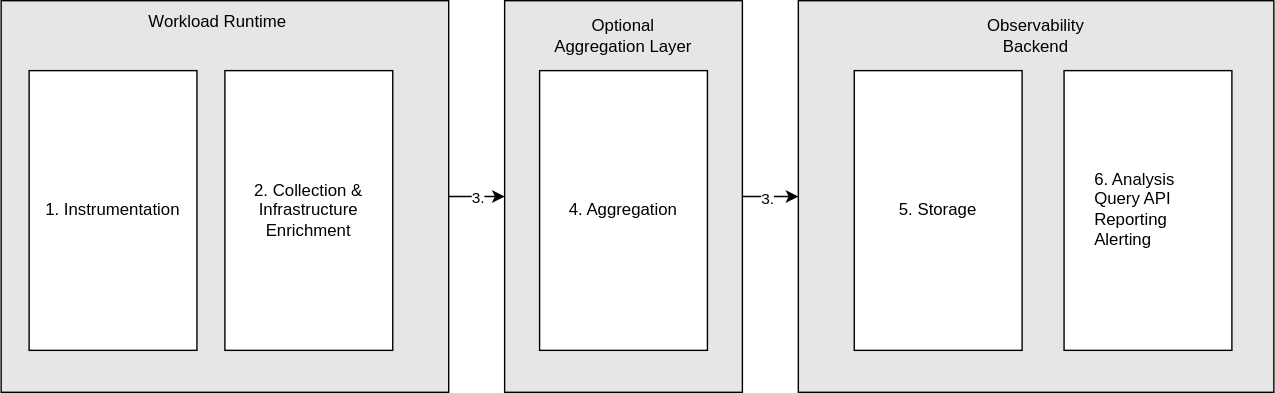
kyma-project/community keeps this draw.io diagram as concepts/observability-strategy/assets/strategy-stages.drawio.svg. Above is the earlier version. Source tidied: cells renumbered, new cells last; positions are measured from the earlier drawing's top-left corner, leaving out a move shared by most shapes.
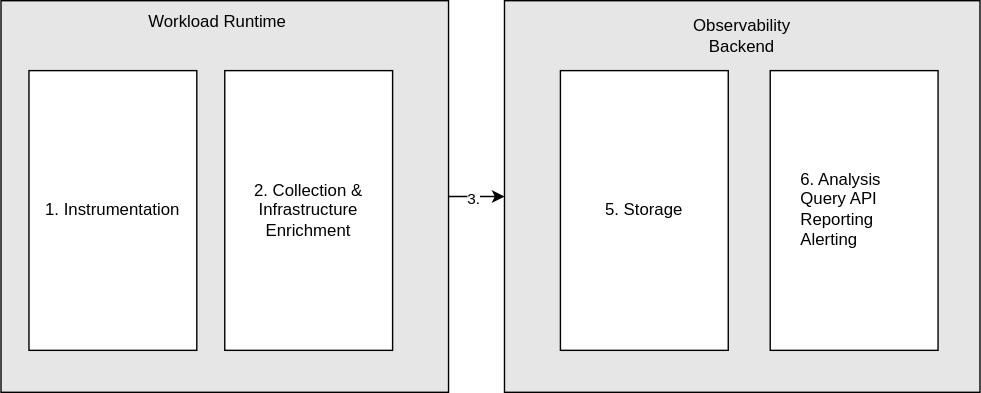
Above is the later version.

Commit message:
further improved the observability strategy document

Diff of the diagram source:
```diff
@@ -5,35 +5,23 @@
     <mxCell id="2" style="rounded=0;whiteSpace=wrap;html=1;fillColor=#E6E6E6;" parent="1" vertex="1">
       <mxGeometry x="570" width="340" height="280" as="geometry" />
     </mxCell>
-    <mxCell id="3" style="edgeStyle=none;html=1;exitX=1;exitY=0.5;exitDx=0;exitDy=0;entryX=0;entryY=0.5;entryDx=0;entryDy=0;" parent="1" edge="1" source="5" target="2">
-      <mxGeometry relative="1" as="geometry" />
+    <mxCell id="3" style="edgeStyle=none;html=1;exitX=1;exitY=0.5;exitDx=0;exitDy=0;entryX=0;entryY=0.5;entryDx=0;entryDy=0;" parent="1" edge="1" target="2">
+      <mxGeometry relative="1" as="geometry">
+        <mxPoint x="530" y="140" as="sourcePoint" />
+      </mxGeometry>
     </mxCell>
     <mxCell id="4" value="3." style="edgeLabel;html=1;align=center;verticalAlign=middle;" parent="3" vertex="1">
       <mxGeometry x="-0.15" y="-1" relative="1" as="geometry" />
     </mxCell>
-    <mxCell id="5" style="rounded=0;whiteSpace=wrap;html=1;fillColor=#E6E6E6;" parent="1" vertex="1">
-      <mxGeometry x="360" width="170" height="280" as="geometry" />
-    </mxCell>
-    <mxCell id="6" style="edgeStyle=none;html=1;exitX=1;exitY=0.5;exitDx=0;exitDy=0;entryX=0;entryY=0.5;entryDx=0;entryDy=0;" parent="1" edge="1" source="8" target="5">
-      <mxGeometry relative="1" as="geometry" />
-    </mxCell>
-    <mxCell id="7" value="3." style="edgeLabel;html=1;align=center;verticalAlign=middle;" parent="6" vertex="1">
-      <mxGeometry x="0.05" y="1" relative="1" as="geometry">
-        <mxPoint x="-1" y="1" as="offset" />
-      </mxGeometry>
-    </mxCell>
     <mxCell id="8" style="rounded=0;whiteSpace=wrap;html=1;fillColor=#E6E6E6;" parent="1" vertex="1">
-      <mxGeometry width="320" height="280" as="geometry" />
+      <mxGeometry x="210" width="320" height="280" as="geometry" />
     </mxCell>
     <mxCell id="9" value="1. Instrumentation" style="rounded=0;whiteSpace=wrap;html=1;" parent="1" vertex="1">
-      <mxGeometry x="20" y="50" width="120" height="200" as="geometry" />
+      <mxGeometry x="230" y="50" width="120" height="200" as="geometry" />
     </mxCell>
     <mxCell id="10" value="2. Collection &amp;amp; Infrastructure Enrichment" style="rounded=0;whiteSpace=wrap;html=1;" parent="1" vertex="1">
-      <mxGeometry x="160" y="50" width="120" height="200" as="geometry" />
+      <mxGeometry x="370" y="50" width="120" height="200" as="geometry" />
     </mxCell>
-    <mxCell id="11" value="4. Aggregation" style="rounded=0;whiteSpace=wrap;html=1;" parent="1" vertex="1">
-      <mxGeometry x="385" y="50" width="120" height="200" as="geometry" />
-    </mxCell>
     <mxCell id="12" value="5. Storage" style="rounded=0;whiteSpace=wrap;html=1;" parent="1" vertex="1">
       <mxGeometry x="610" y="50" width="120" height="200" as="geometry" />
     </mxCell>
@@ -41,11 +29,8 @@
       <mxGeometry x="760" y="50" width="120" height="200" as="geometry" />
     </mxCell>
     <mxCell id="14" value="Workload Runtime" style="text;html=1;strokeColor=none;fillColor=none;align=center;verticalAlign=middle;whiteSpace=wrap;rounded=0;" parent="1" vertex="1">
-      <mxGeometry x="100" width="110" height="30" as="geometry" />
+      <mxGeometry x="310" width="110" height="30" as="geometry" />
     </mxCell>
-    <mxCell id="15" value="Optional Aggregation Layer" style="text;html=1;strokeColor=none;fillColor=none;align=center;verticalAlign=middle;whiteSpace=wrap;rounded=0;" parent="1" vertex="1">
-      <mxGeometry x="390" y="10" width="110" height="30" as="geometry" />
-    </mxCell>
     <mxCell id="16" value="Observability Backend" style="text;html=1;strokeColor=none;fillColor=none;align=center;verticalAlign=middle;whiteSpace=wrap;rounded=0;" parent="1" vertex="1">
       <mxGeometry x="685" y="10" width="110" height="30" as="geometry" />
     </mxCell>
```
